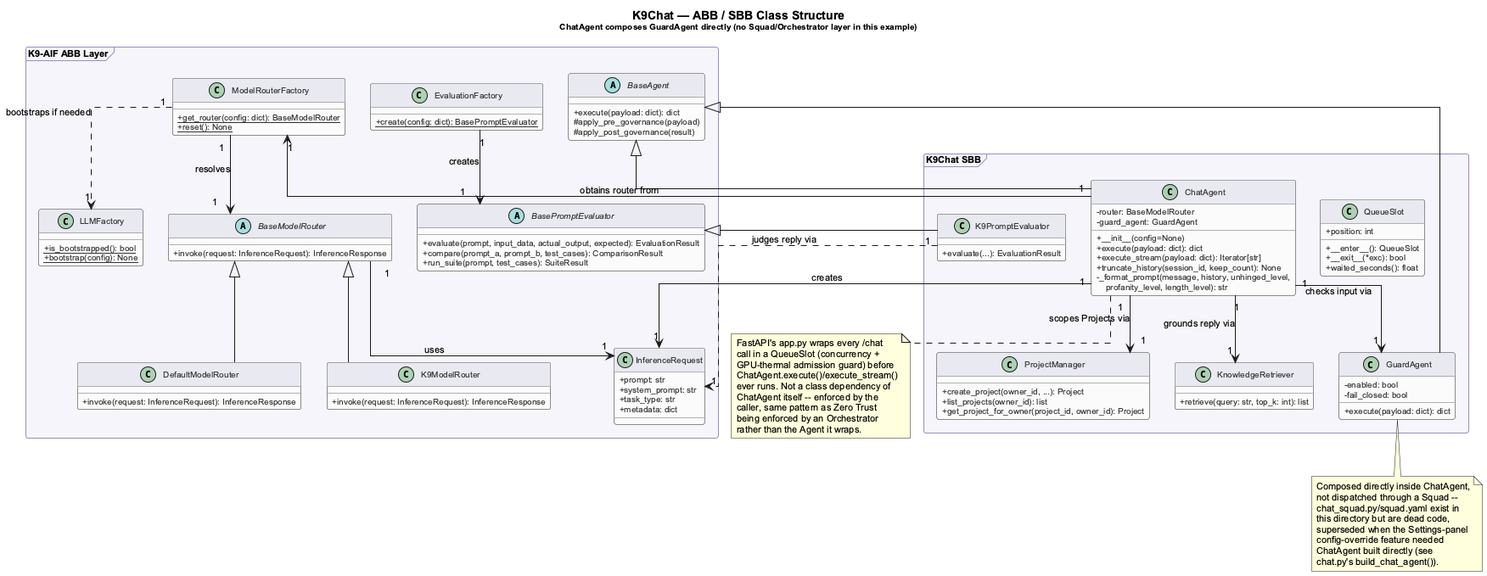
Earlier version of the PlantUML export examples/diagrams/k9-chat-class-diagram.png (k9aif/k9-aif-framework). Its diagram source:
```plantuml
@startuml k9-chat-class-diagram

top to bottom direction

skinparam classAttributeIconSize 0
skinparam shadowing false
skinparam linetype ortho
skinparam nodesep 30
skinparam ranksep 45
skinparam defaultFontName Arial
skinparam defaultFontSize 11

skinparam class {
  BackgroundColor #FAFAFA
  BorderColor #666666
  HeaderBackgroundColor #E8E8F0
  FontColor #1a1a2e
  FontSize 11
  AttributeFontSize 10
  AttributeFontColor #333333
  StereotypeFontSize 10
  StereotypeFontColor #555555
}

skinparam package {
  BackgroundColor #F5F5FA
  BorderColor #9090C0
  FontColor #1a1a2e
  FontSize 12
  FontStyle bold
}

title K9Chat — ABB / SBB Class Structure\n<size:10>ChatAgent composes GuardAgent directly (no Squad/Orchestrator layer in this example)</size>

package "K9-AIF ABB Layer" <<Frame>> {

  abstract class BaseAgent {
    + execute(payload: dict): dict
    # apply_pre_governance(payload)
    # apply_post_governance(result)
  }

  abstract class BaseModelRouter {
    + invoke(request: InferenceRequest): InferenceResponse
  }

  class K9ModelRouter {
    + invoke(request: InferenceRequest): InferenceResponse
  }

  class DefaultModelRouter {
    + invoke(request: InferenceRequest): InferenceResponse
  }

  class ModelRouterFactory {
    + {static} get_router(config: dict): BaseModelRouter
    + {static} reset(): None
  }

  class LLMFactory {
    + {static} is_bootstrapped(): bool
    + {static} bootstrap(config): None
  }

  class InferenceRequest {
    + prompt: str
    + system_prompt: str
    + task_type: str
    + metadata: dict
  }

  abstract class BasePromptEvaluator {
    + evaluate(prompt, input_data, actual_output, expected): EvaluationResult
    + compare(prompt_a, prompt_b, test_cases): ComparisonResult
    + run_suite(prompt, test_cases): SuiteResult
  }

  class EvaluationFactory {
    + {static} create(config: dict): BasePromptEvaluator
  }
}

package "K9Chat SBB" <<Frame>> {

  class ChatAgent {
    - router: BaseModelRouter
    - guard_agent: GuardAgent
    + __init__(config=None)
    + execute(payload: dict): dict
    + execute_stream(payload: dict): Iterator[str]
    + truncate_history(session_id, keep_count): None
    - _format_prompt(message, history, unhinged_level,\n    profanity_level, length_level): str
  }

  class GuardAgent {
    - enabled: bool
    - fail_closed: bool
    + execute(payload: dict): dict
  }

  class K9PromptEvaluator {
    + evaluate(...): EvaluationResult
  }

  class QueueSlot {
    + position: int
    + __enter__(): QueueSlot
    + __exit__(*exc): bool
    + waited_seconds(): float
  }

  class ProjectManager {
    + create_project(owner_id, ...): Project
    + list_projects(owner_id): list
    + get_project_for_owner(project_id, owner_id): Project
  }

  class KnowledgeRetriever {
    + retrieve(query: str, top_k: int): list
  }
}

BaseAgent <|-- ChatAgent
BaseAgent <|-- GuardAgent
BaseModelRouter <|-- K9ModelRouter
BaseModelRouter <|-- DefaultModelRouter
BasePromptEvaluator <|-- K9PromptEvaluator

ChatAgent         "1" --> "1"  GuardAgent          : checks input via
ChatAgent         "1" --> "1"  ModelRouterFactory  : obtains router from
ModelRouterFactory "1" --> "1" BaseModelRouter      : resolves
ModelRouterFactory "1" ..> "1" LLMFactory           : bootstraps if needed
ChatAgent         "1" --> "1"  InferenceRequest     : creates
BaseModelRouter    "1" --> "1" InferenceRequest     : uses
EvaluationFactory  "1" --> "1" BasePromptEvaluator  : creates
K9PromptEvaluator  "1" ..> "1" InferenceRequest     : judges reply via
ChatAgent          "1" --> "1" KnowledgeRetriever   : grounds reply via
ChatAgent          "1" --> "1" ProjectManager       : scopes Projects via

note bottom of ChatAgent
FastAPI's app.py wraps every /chat
call in a QueueSlot (concurrency +
GPU-thermal admission guard) before
ChatAgent.execute()/execute_stream()
ever runs. Not a class dependency of
ChatAgent itself -- enforced by the
caller, same pattern as Zero Trust
being enforced by an Orchestrator
rather than the Agent it wraps.
end note

note bottom of GuardAgent
Composed directly inside ChatAgent,
not dispatched through a Squad --
chat_squad.py/squad.yaml exist in
this directory but are dead code,
superseded when the Settings-panel
config-override feature needed
ChatAgent built directly (see
chat.py's build_chat_agent()).
end note

@enduml
```
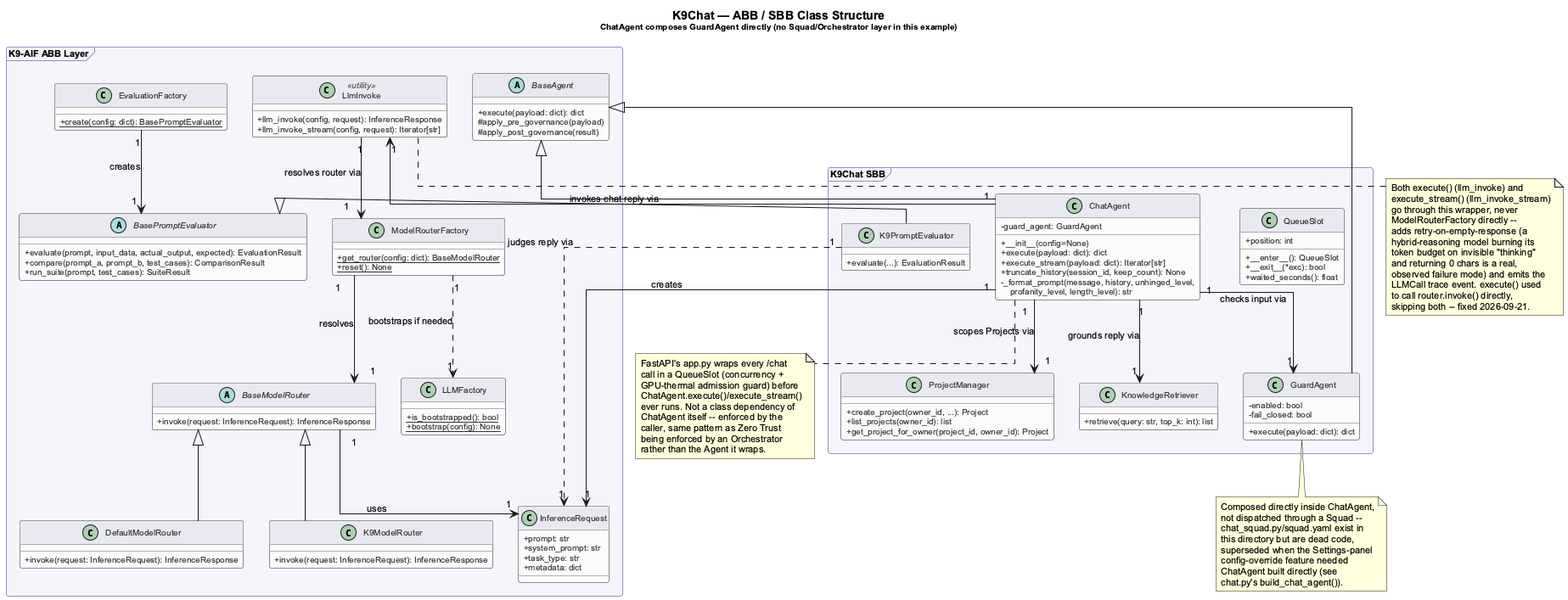
After the change.

Commit message:
k9chat: sync README + rendered PNG with the llm_invoke class diagram fix

Diff of the diagram source:
```diff
@@ -62,6 +62,11 @@
     + {static} bootstrap(config): None
   }
 
+  class LlmInvoke <<utility>> {
+    + llm_invoke(config, request): InferenceResponse
+    + llm_invoke_stream(config, request): Iterator[str]
+  }
+
   class InferenceRequest {
     + prompt: str
     + system_prompt: str
@@ -83,7 +88,6 @@
 package "K9Chat SBB" <<Frame>> {
 
   class ChatAgent {
-    - router: BaseModelRouter
     - guard_agent: GuardAgent
     + __init__(config=None)
     + execute(payload: dict): dict
@@ -127,7 +131,8 @@
 BasePromptEvaluator <|-- K9PromptEvaluator
 
 ChatAgent         "1" --> "1"  GuardAgent          : checks input via
-ChatAgent         "1" --> "1"  ModelRouterFactory  : obtains router from
+ChatAgent         "1" --> "1"  LlmInvoke            : invokes chat reply via
+LlmInvoke         "1" --> "1"  ModelRouterFactory   : resolves router via
 ModelRouterFactory "1" --> "1" BaseModelRouter      : resolves
 ModelRouterFactory "1" ..> "1" LLMFactory           : bootstraps if needed
 ChatAgent         "1" --> "1"  InferenceRequest     : creates
@@ -160,4 +165,19 @@
 chat.py's build_chat_agent()).
 end note
 
+note bottom of LlmInvoke
+Both execute() (llm_invoke) and
+execute_stream() (llm_invoke_stream)
+go through this wrapper, never
+ModelRouterFactory directly --
+adds retry-on-empty-response (a
+hybrid-reasoning model burning its
+token budget on invisible "thinking"
+and returning 0 chars is a real,
+observed failure mode) and emits the
+LLMCall trace event. execute() used
+to call router.invoke() directly,
+skipping both -- fixed 2026-09-21.
+end note
+
 @enduml
```
